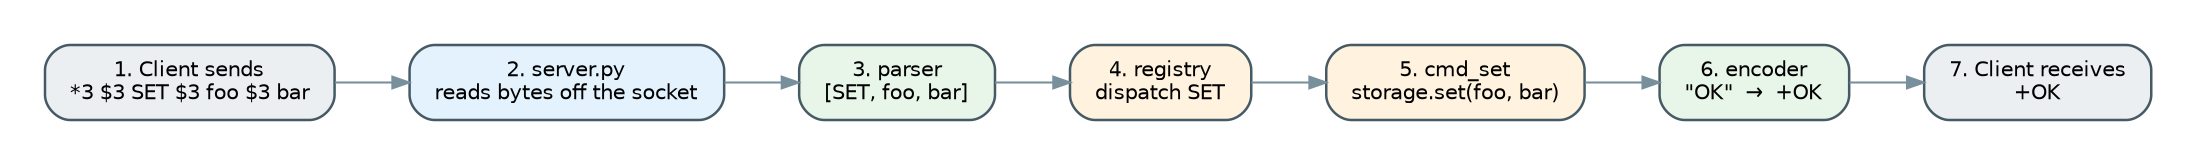
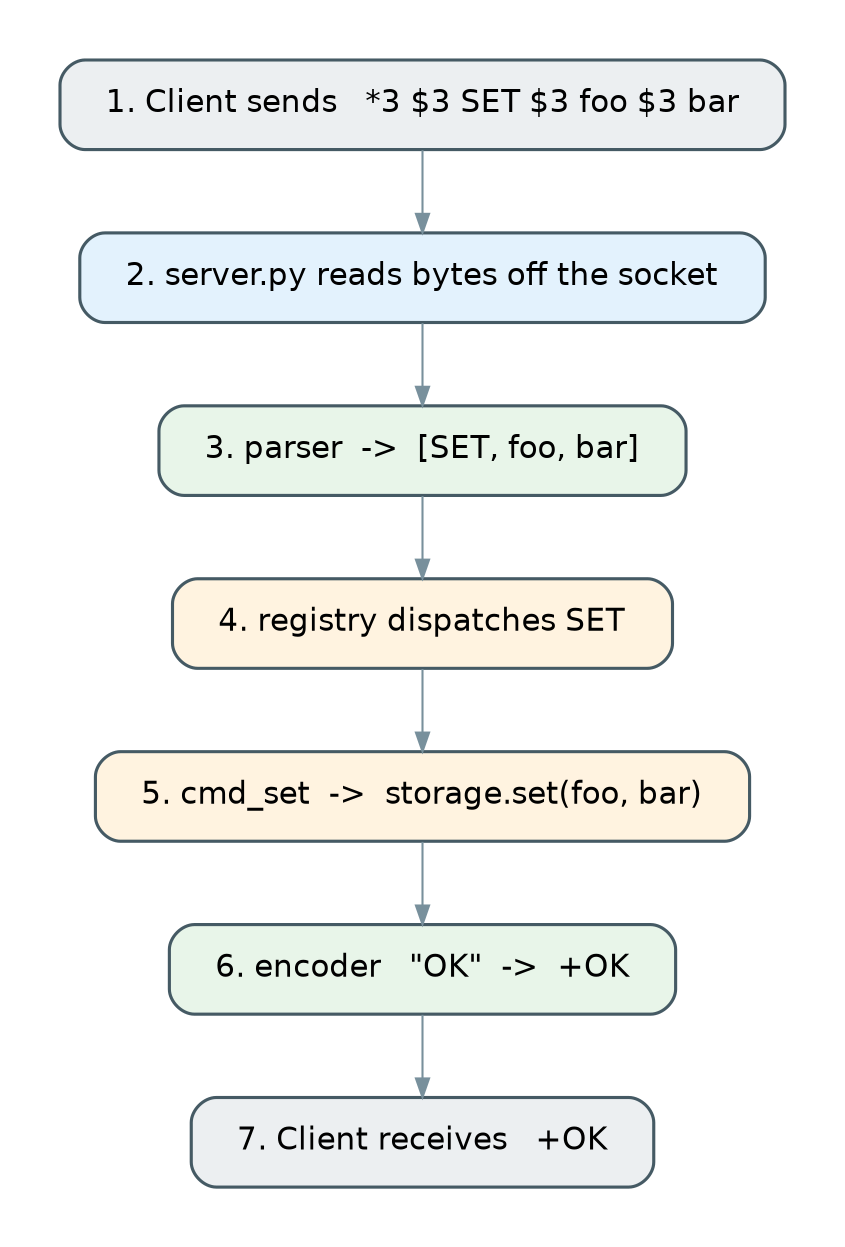
- // myredis — lifecycle of a single command (SET foo bar)
+ // myredis — lifecycle of a single command (SET foo bar), top to bottom
digraph lifecycle {
-   rankdir=LR;
+   rankdir=TB;
+   splines=ortho;
  bgcolor="white";
-   pad=0.3;
-   node [shape=box, style="rounded,filled", fontname="Helvetica", fontsize=10,
-         color="#455a64", penwidth=1.2, margin="0.16,0.10"];
-   edge [color="#78909c", arrowsize=0.8];
+   pad=0.4;
+   nodesep=0.5;
+   ranksep=0.55;
+   node [shape=box, style="rounded,filled", fontname="Helvetica", fontsize=15,
+         color="#455a64", penwidth=1.5, margin="0.30,0.18"];
+   edge [color="#78909c", arrowsize=0.9];

-   c1 [label="1. Client sends\n*3 $3 SET $3 foo $3 bar", fillcolor="#eceff1"];
-   c2 [label="2. server.py\nreads bytes off the socket", fillcolor="#e3f2fd"];
-   c3 [label="3. parser\n[SET, foo, bar]", fillcolor="#e8f5e9"];
-   c4 [label="4. registry\ndispatch SET", fillcolor="#fff3e0"];
-   c5 [label="5. cmd_set\nstorage.set(foo, bar)", fillcolor="#fff3e0"];
-   c6 [label="6. encoder\n\"OK\"  →  +OK", fillcolor="#e8f5e9"];
-   c7 [label="7. Client receives\n+OK", fillcolor="#eceff1"];
+   c1 [label="1. Client sends   *3 $3 SET $3 foo $3 bar", fillcolor="#eceff1"];
+   c2 [label="2. server.py reads bytes off the socket",  fillcolor="#e3f2fd"];
+   c3 [label="3. parser  ->  [SET, foo, bar]",            fillcolor="#e8f5e9"];
+   c4 [label="4. registry dispatches SET",               fillcolor="#fff3e0"];
+   c5 [label="5. cmd_set  ->  storage.set(foo, bar)",     fillcolor="#fff3e0"];
+   c6 [label="6. encoder   \"OK\"  ->  +OK",              fillcolor="#e8f5e9"];
+   c7 [label="7. Client receives   +OK",                 fillcolor="#eceff1"];

  c1 -> c2 -> c3 -> c4 -> c5 -> c6 -> c7;
}
